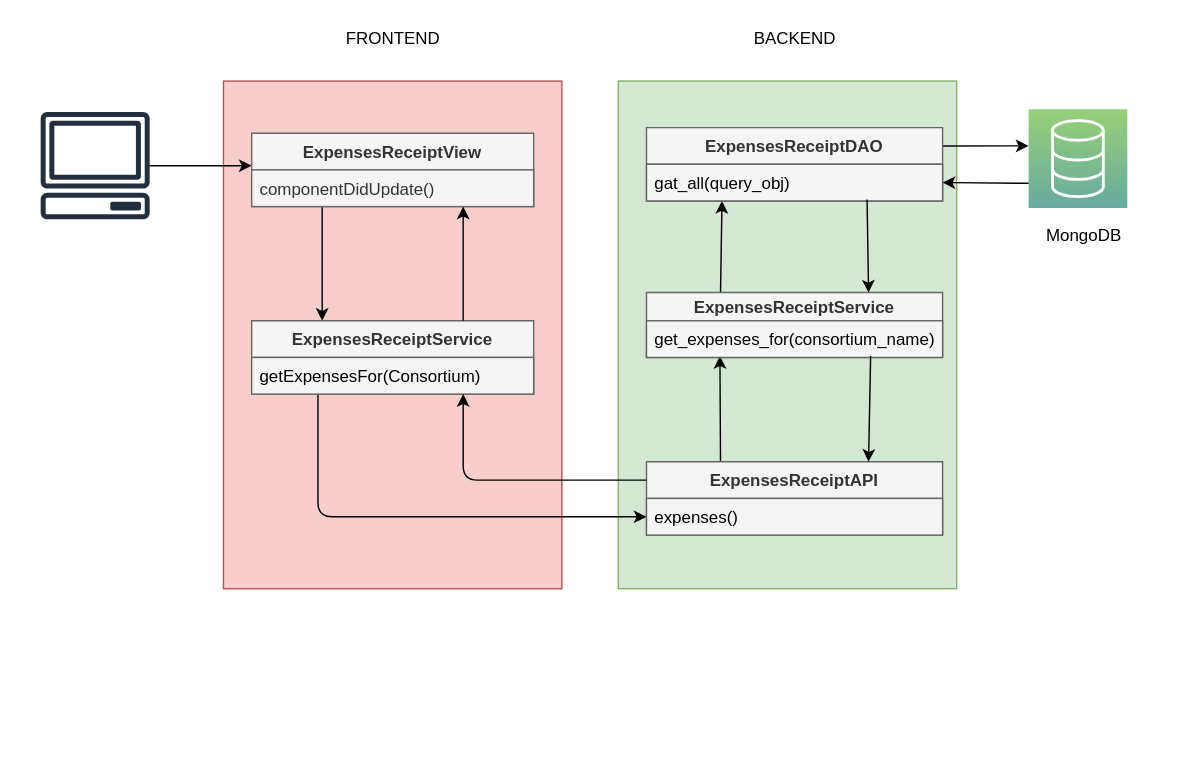
Before: united-consortium-doc/architecture/architecture-diagram.drawio in fbritez/consorcio-unido, a draw.io diagram. Source tidied: cells renumbered, new cells numbered last; positions are measured from the earlier drawing's top-left corner, leaving out a move shared by most shapes. Both pictures are drawn from the tidied source at 141%, with x=0, y=0 at pixel (39, 24).
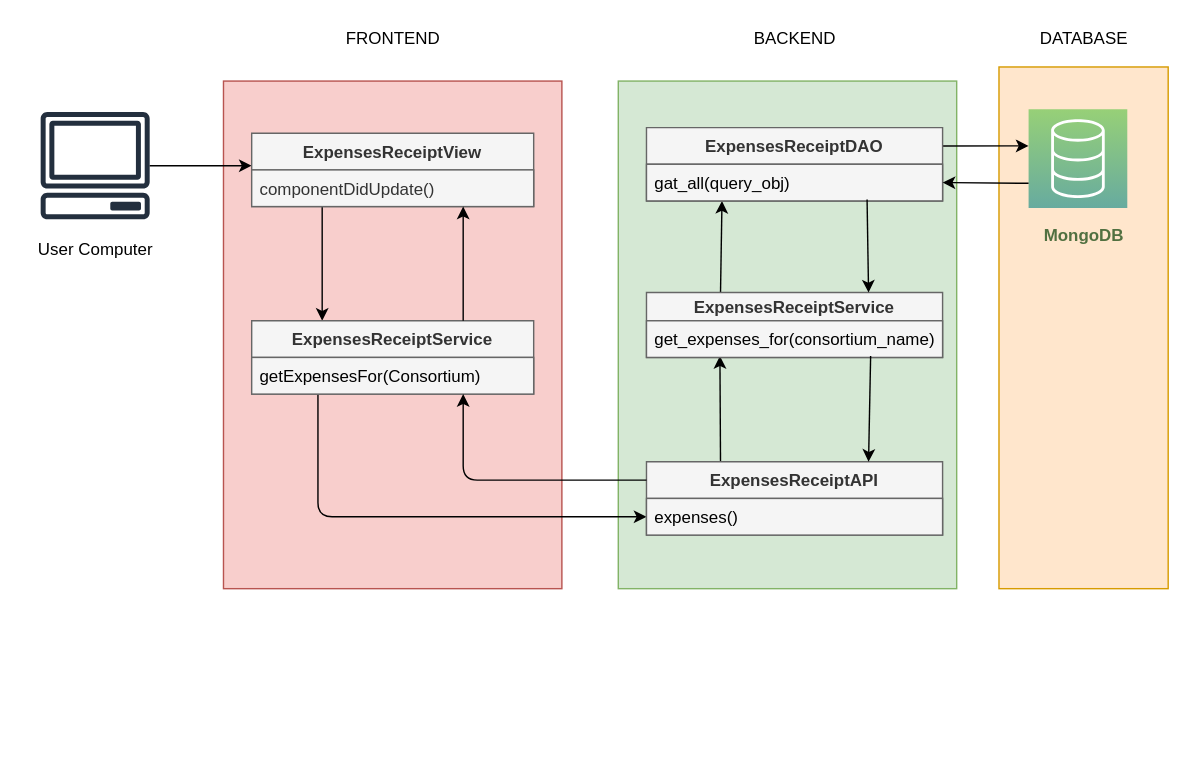
Above is the later version.

Diff of the diagram source:
```diff
@@
+    <mxCell id="31" style="rounded=0;whiteSpace=wrap;html=1;fillColor=#ffe6cc;strokeColor=#d79b00;" parent="1" vertex="1">
+      <mxGeometry x="680" y="30" width="120" height="370" as="geometry" />
+    </mxCell>
@@
-    <mxCell id="6" value="MongoDB" style="text;html=1;align=center;verticalAlign=middle;strokeColor=none;" parent="1" vertex="1">
+    <mxCell id="6" value="&lt;b&gt;&lt;font color=&quot;#517040&quot;&gt;MongoDB&lt;/font&gt;&lt;/b&gt;" style="text;html=1;align=center;verticalAlign=middle;strokeColor=none;" parent="1" vertex="1">
       <mxGeometry x="705" y="140" width="70" height="20" as="geometry" />
     </mxCell>
@@
+    <mxCell id="32" value="DATABASE" style="text;html=1;align=center;verticalAlign=middle;strokeColor=none;" parent="1" vertex="1">
+      <mxGeometry x="700" width="80" height="20" as="geometry" />
+    </mxCell>
+    <mxCell id="33" value="User Computer" style="text;html=1;align=center;verticalAlign=middle;strokeColor=none;" parent="1" vertex="1">
+      <mxGeometry x="-11" y="150" width="100" height="20" as="geometry" />
+    </mxCell>
```
